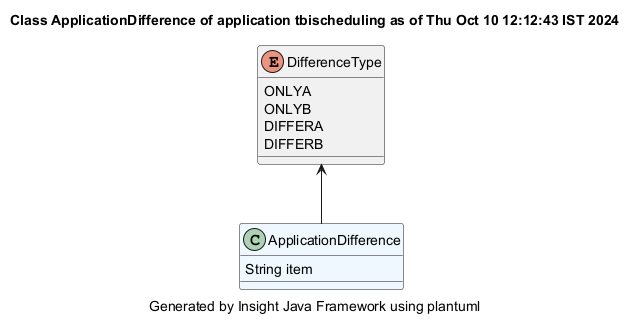
Above: demonstrator/tbischeduling/site/plantuml/ApplicationDifference.png in hsimonis/schedulingtraining (PlantUML), before the change. The source it was exported from:
```plantuml
@startuml
title Class ApplicationDifference of application tbischeduling as of Thu Oct 10 12:12:43 IST 2024
caption Generated by Insight Java Framework using plantuml
class ApplicationDifference #aliceblue
ApplicationDifference : String item

enum DifferenceType
DifferenceType : ONLYA
DifferenceType : ONLYB
DifferenceType : DIFFERA
DifferenceType : DIFFERB
DifferenceType <-- ApplicationDifference
@enduml
```
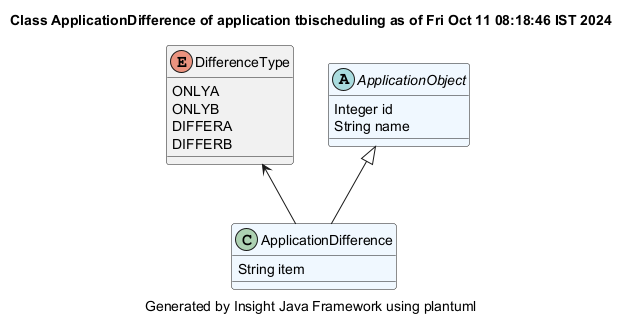
The same diagram one commit later.

Change to the diagram source:
```diff
@@ -1,5 +1,5 @@
 @startuml
-title Class ApplicationDifference of application tbischeduling as of Thu Oct 10 12:12:43 IST 2024
+title Class ApplicationDifference of application tbischeduling as of Fri Oct 11 08:18:46 IST 2024
 caption Generated by Insight Java Framework using plantuml
 class ApplicationDifference #aliceblue
 ApplicationDifference : String item
@@ -10,4 +10,9 @@
 DifferenceType : DIFFERA
 DifferenceType : DIFFERB
 DifferenceType <-- ApplicationDifference
+abstract ApplicationObject #aliceblue
+ApplicationObject : Integer id
+ApplicationObject : String name
+
+ApplicationObject <|-- ApplicationDifference
 @enduml
```
